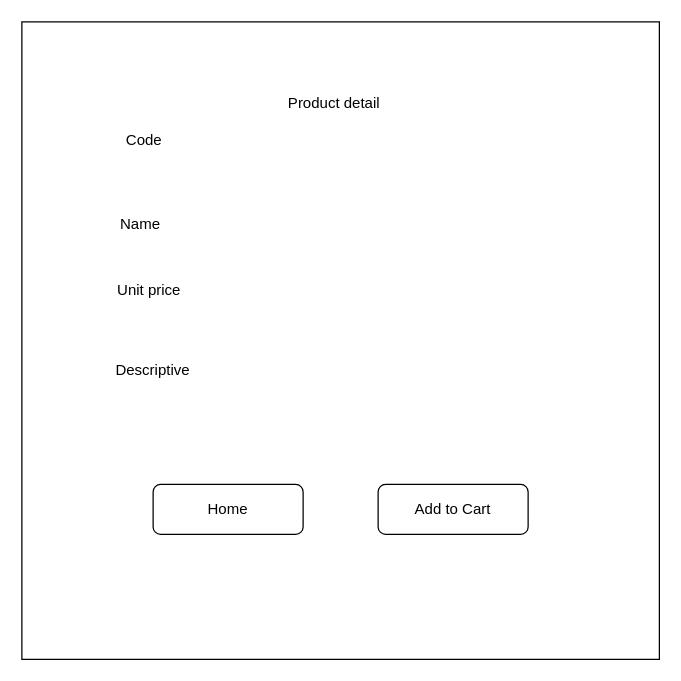
arseneRuben/E_Commerce_JEE keeps this draw.io diagram as page "Page_detail" (5 of 6) of doc/fichier drawio/TP_d07.drawio. Above is the earlier version. Source tidied: cells renumbered, new cells numbered last; positions are measured from the earlier drawing's top-left corner, leaving out a move shared by most shapes. Both pictures are drawn from the tidied source at 125%, with x=0, y=0 at pixel (21, 21).
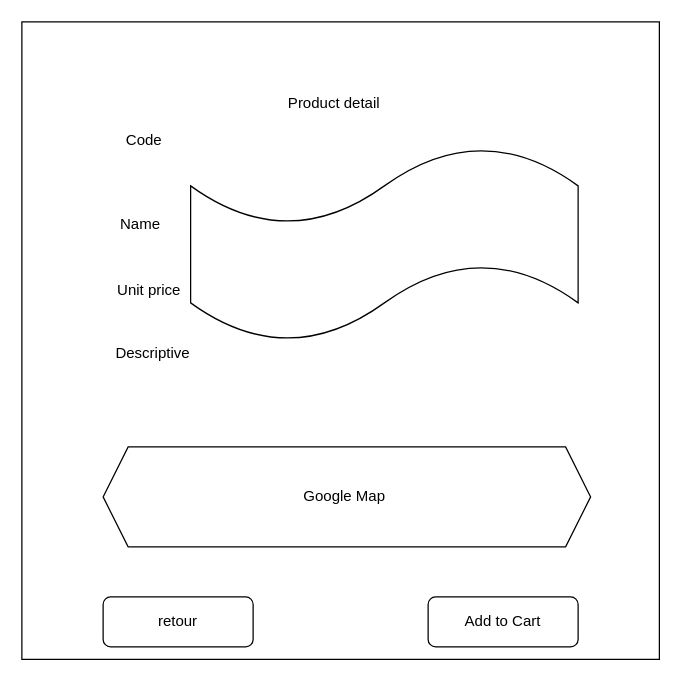
Above is the later version.

The edit, as a diff of the source:
```diff
@@
 <mxGraphModel>
   <root>
     <mxCell id="0" />
     <mxCell id="1" parent="0" />
     <mxCell id="2" style="whiteSpace=wrap;html=1;" parent="1" vertex="1">
       <mxGeometry width="510" height="510" as="geometry" />
     </mxCell>
     <mxCell id="3" value="Code" style="text;html=1;strokeColor=none;fillColor=none;align=center;verticalAlign=middle;whiteSpace=wrap;rounded=0;" parent="1" vertex="1">
       <mxGeometry x="68" y="80" width="60" height="30" as="geometry" />
     </mxCell>
     <mxCell id="4" value="Name" style="text;html=1;strokeColor=none;fillColor=none;align=center;verticalAlign=middle;whiteSpace=wrap;rounded=0;" parent="1" vertex="1">
       <mxGeometry x="65" y="147" width="60" height="30" as="geometry" />
     </mxCell>
     <mxCell id="5" value="Descriptive" style="text;html=1;strokeColor=none;fillColor=none;align=center;verticalAlign=middle;whiteSpace=wrap;rounded=0;" parent="1" vertex="1">
-      <mxGeometry x="75" y="264" width="60" height="30" as="geometry" />
+      <mxGeometry x="75" y="250" width="60" height="30" as="geometry" />
     </mxCell>
     <mxCell id="6" value="Add to Cart" style="rounded=1;whiteSpace=wrap;html=1;" parent="1" vertex="1">
-      <mxGeometry x="285" y="370" width="120" height="40" as="geometry" />
+      <mxGeometry x="325" y="460" width="120" height="40" as="geometry" />
     </mxCell>
     <mxCell id="7" value="Product detail" style="text;html=1;strokeColor=none;fillColor=none;align=center;verticalAlign=middle;whiteSpace=wrap;rounded=0;" parent="1" vertex="1">
       <mxGeometry x="205" y="50" width="90" height="30" as="geometry" />
     </mxCell>
-    <mxCell id="8" value="Home" style="rounded=1;whiteSpace=wrap;html=1;" parent="1" vertex="1">
-      <mxGeometry x="105" y="370" width="120" height="40" as="geometry" />
+    <mxCell id="8" value="retour" style="rounded=1;whiteSpace=wrap;html=1;" parent="1" vertex="1">
+      <mxGeometry x="65" y="460" width="120" height="40" as="geometry" />
     </mxCell>
     <mxCell id="9" value="Unit price" style="text;html=1;strokeColor=none;fillColor=none;align=center;verticalAlign=middle;whiteSpace=wrap;rounded=0;" parent="1" vertex="1">
       <mxGeometry x="72" y="200" width="60" height="30" as="geometry" />
     </mxCell>
+    <mxCell id="10" style="shape=tape;whiteSpace=wrap;html=1;" parent="1" vertex="1">
+      <mxGeometry x="135" y="100" width="310" height="156" as="geometry" />
+    </mxCell>
+    <mxCell id="11" value="Google Map&amp;nbsp;" style="shape=hexagon;perimeter=hexagonPerimeter2;whiteSpace=wrap;html=1;fixedSize=1;" parent="1" vertex="1">
+      <mxGeometry x="65" y="340" width="390" height="80" as="geometry" />
+    </mxCell>
   </root>
 </mxGraphModel>
```
